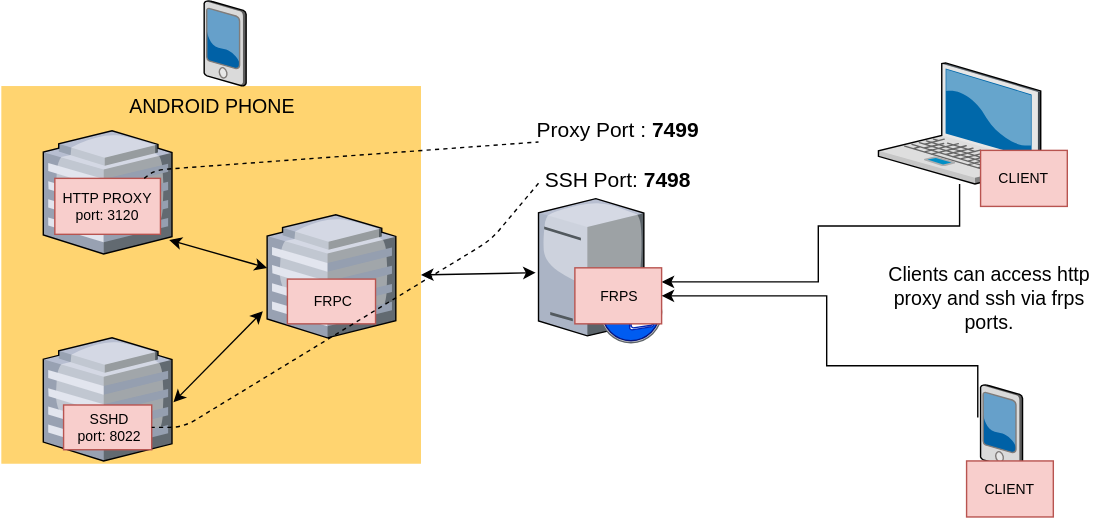
The draw.io diagram diagram.svg in s4l1h/androidproxy, before a commit. Source tidied: cells renumbered, new cells last; positions are measured from the earlier drawing's top-left corner, leaving out a move shared by most shapes.
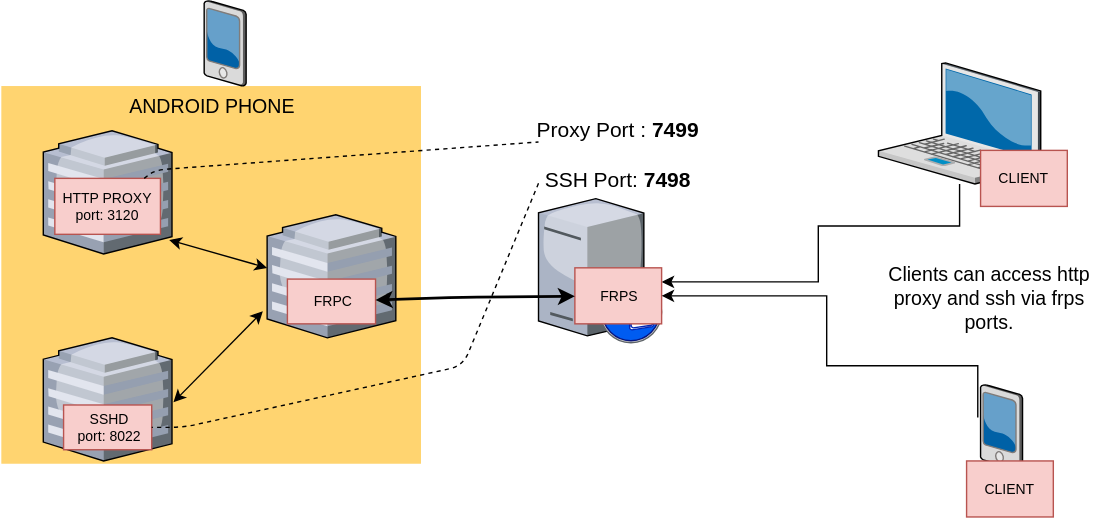
The same diagram one commit later.

Diff of the diagram source:
```diff
@@ -59,9 +59,6 @@
     <mxCell id="16" style="verticalLabelPosition=bottom;html=1;verticalAlign=top;strokeColor=none;shape=mxgraph.citrix.pda;fillColor=#66B2FF;gradientColor=#0066CC;fontSize=14;" parent="1" vertex="1">
       <mxGeometry x="700" y="274.5" width="30" height="61" as="geometry" />
     </mxCell>
-    <mxCell id="17" style="endArrow=classic;startArrow=classic;html=1;fontSize=10;entryX=-0.023;entryY=0.514;entryDx=0;entryDy=0;entryPerimeter=0;exitX=1;exitY=0.5;exitDx=0;exitDy=0;" parent="1" edge="1" source="2" target="6">
-      <mxGeometry relative="1" as="geometry" />
-    </mxCell>
     <mxCell id="18" style="edgeStyle=orthogonalEdgeStyle;rounded=0;jettySize=auto;html=1;fontSize=10;exitX=-0.067;exitY=0.393;exitDx=0;exitDy=0;exitPerimeter=0;" parent="1" edge="1" source="16" target="13">
       <mxGeometry relative="1" as="geometry">
         <Array as="points">
@@ -84,7 +81,7 @@
       <mxGeometry relative="1" as="geometry">
         <mxPoint x="384" y="130.5" as="sourcePoint" />
         <Array as="points">
-          <mxPoint x="350" y="171" />
+          <mxPoint x="330" y="261" />
           <mxPoint x="130" y="305" />
         </Array>
       </mxGeometry>
@@ -101,5 +98,12 @@
     <mxCell id="24" value="&lt;font style=&quot;font-size: 15px&quot;&gt;Proxy Port :&amp;nbsp;&lt;b&gt;7499&lt;br&gt;&lt;/b&gt;&lt;br&gt;SSH Port:&lt;b&gt; 7498&lt;/b&gt;&lt;/font&gt;" style="text;html=1;strokeColor=none;fillColor=none;align=center;verticalAlign=middle;whiteSpace=wrap;rounded=0;fontSize=10;" parent="1" vertex="1">
       <mxGeometry x="373" y="73" width="136" height="74" as="geometry" />
     </mxCell>
+    <mxCell id="25" style="endArrow=classic;startArrow=classic;html=1;fontSize=10;fontColor=#FF0000;strokeColor=#000000;strokeWidth=2;" parent="1" edge="1" source="12" target="13">
+      <mxGeometry relative="1" as="geometry">
+        <Array as="points">
+          <mxPoint x="330" y="212" />
+        </Array>
+      </mxGeometry>
+    </mxCell>
   </root>
 </mxGraphModel>
```
